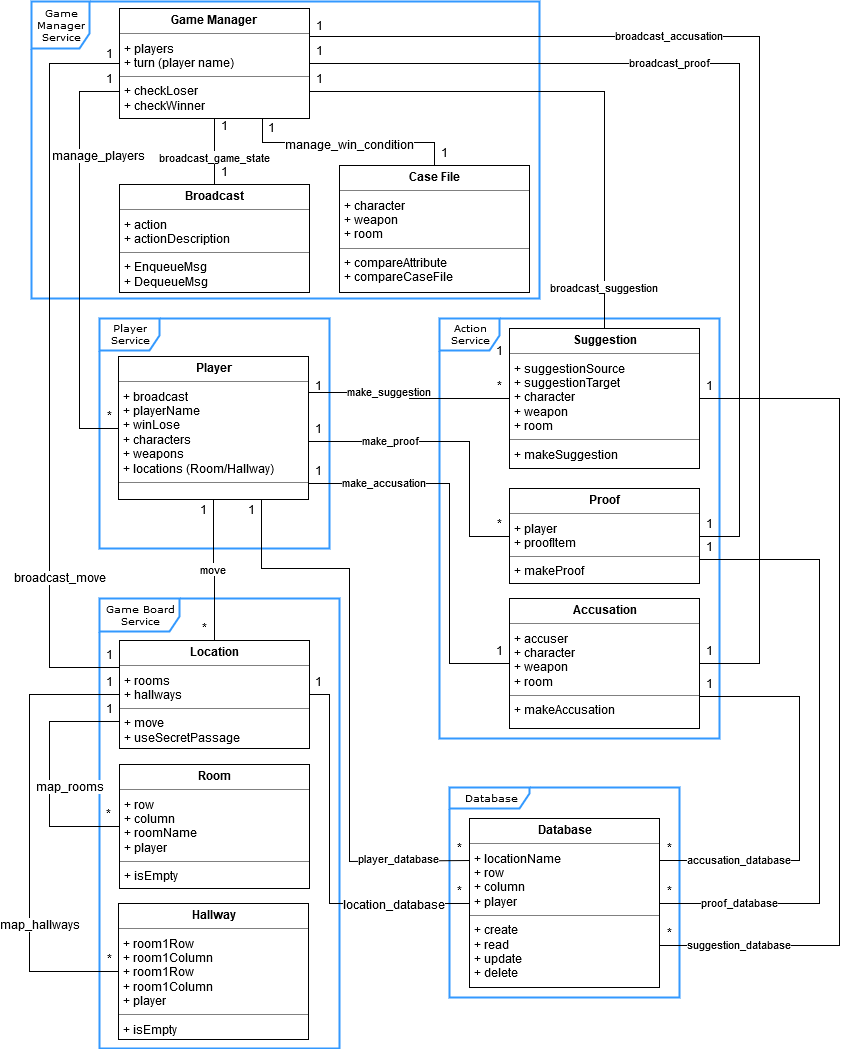
Earlier version of the draw.io export docs/Clue-Less_Class_Diagram.png (masseydigital/jhep-605-601-group-project). Source tidied: cells renumbered, new cells last; positions are measured from the earlier drawing's top-left corner, leaving out a move shared by most shapes.
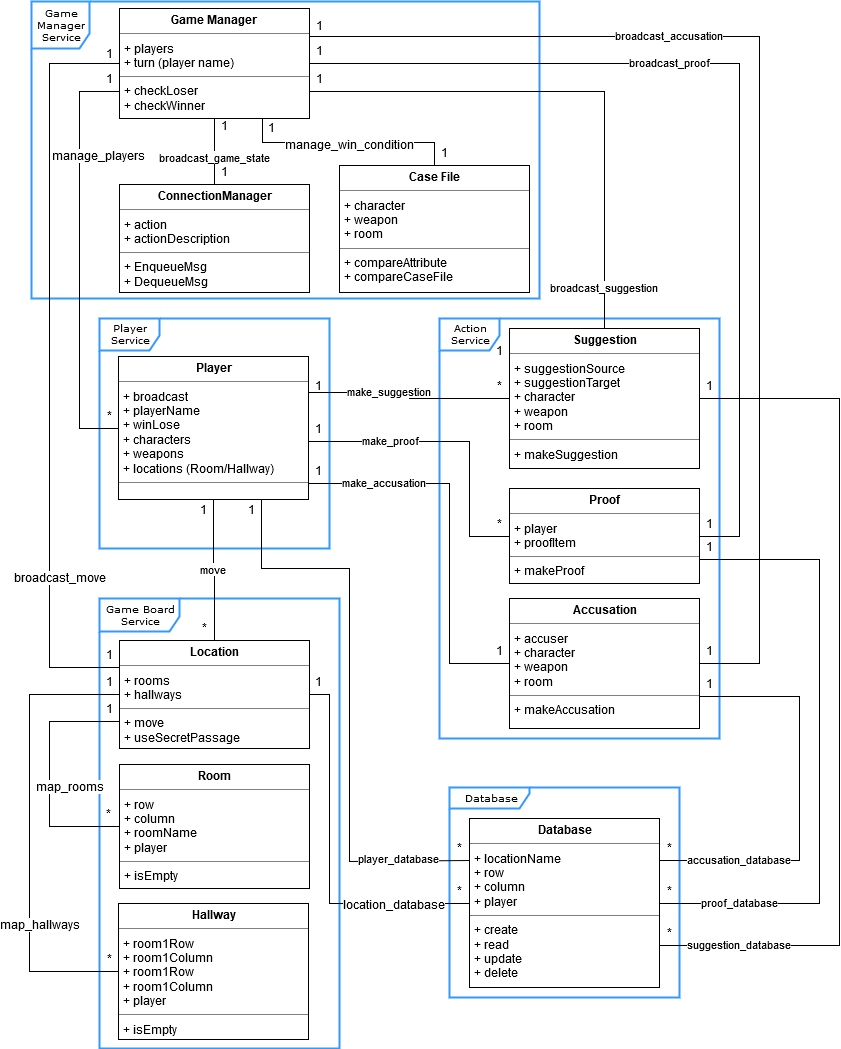
After the change.

Commit message:
Updated class diagram

What changed in the source:
```diff
@@ -23,7 +23,7 @@
     <mxCell id="8" value="Action Service" style="shape=umlFrame;whiteSpace=wrap;html=1;rounded=0;shadow=0;comic=0;labelBackgroundColor=none;strokeColor=#3399FF;strokeWidth=2;fillColor=#ffffff;fontFamily=Verdana;fontSize=10;fontColor=#000000;align=center;width=60;height=32;" parent="1" vertex="1">
       <mxGeometry x="410" y="317" width="280" height="420" as="geometry" />
     </mxCell>
-    <mxCell id="9" value="&lt;p style=&quot;margin: 0px ; margin-top: 4px ; text-align: center&quot;&gt;&lt;b&gt;Broadcast&lt;/b&gt;&lt;/p&gt;&lt;hr size=&quot;1&quot;&gt;&lt;p style=&quot;margin: 0px ; margin-left: 4px&quot;&gt;+ action&lt;/p&gt;&lt;p style=&quot;margin: 0px ; margin-left: 4px&quot;&gt;+ actionDescription&lt;br&gt;&lt;/p&gt;&lt;hr size=&quot;1&quot;&gt;&lt;p style=&quot;margin: 0px ; margin-left: 4px&quot;&gt;+ EnqueueMsg&lt;/p&gt;&lt;p style=&quot;margin: 0px ; margin-left: 4px&quot;&gt;+ DequeueMsg&lt;br&gt;&lt;/p&gt;" style="verticalAlign=top;align=left;overflow=fill;fontSize=12;fontFamily=Helvetica;html=1;rounded=0;shadow=0;comic=0;labelBackgroundColor=none;strokeColor=#000000;strokeWidth=1;fillColor=#ffffff;" parent="1" vertex="1">
+    <mxCell id="9" value="&lt;p style=&quot;margin: 0px ; margin-top: 4px ; text-align: center&quot;&gt;&lt;b&gt;ConnectionManager&lt;/b&gt;&lt;/p&gt;&lt;hr size=&quot;1&quot;&gt;&lt;p style=&quot;margin: 0px ; margin-left: 4px&quot;&gt;+ action&lt;/p&gt;&lt;p style=&quot;margin: 0px ; margin-left: 4px&quot;&gt;+ actionDescription&lt;br&gt;&lt;/p&gt;&lt;hr size=&quot;1&quot;&gt;&lt;p style=&quot;margin: 0px ; margin-left: 4px&quot;&gt;+ EnqueueMsg&lt;/p&gt;&lt;p style=&quot;margin: 0px ; margin-left: 4px&quot;&gt;+ DequeueMsg&lt;br&gt;&lt;/p&gt;" style="verticalAlign=top;align=left;overflow=fill;fontSize=12;fontFamily=Helvetica;html=1;rounded=0;shadow=0;comic=0;labelBackgroundColor=none;strokeColor=#000000;strokeWidth=1;fillColor=#ffffff;" parent="1" vertex="1">
       <mxGeometry x="90" y="183" width="190" height="108" as="geometry" />
     </mxCell>
     <mxCell id="10" value="broadcast_proof" style="edgeStyle=orthogonalEdgeStyle;rounded=0;jettySize=auto;html=1;exitX=1;exitY=0.5;exitDx=0;exitDy=0;entryX=1;entryY=0.5;entryDx=0;entryDy=0;endArrow=none;endFill=0;" parent="1" edge="1" source="13" target="72">
```
